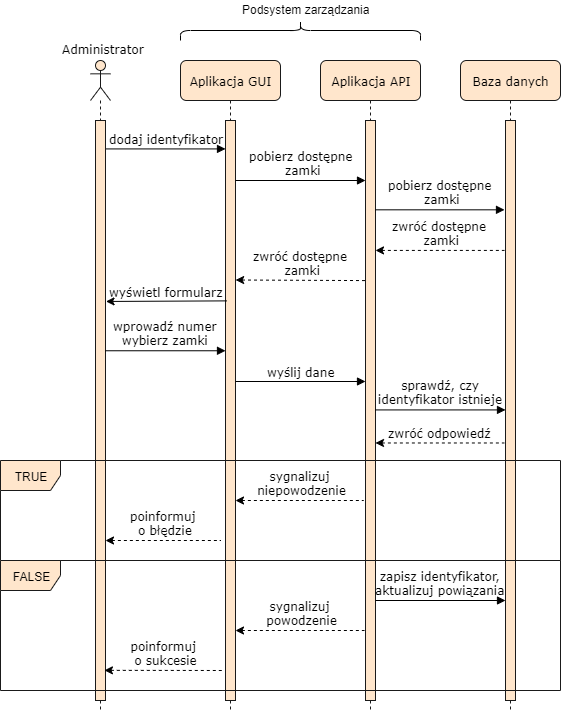
The draw.io diagram docs/chapters/images/sequence5.png in adapiekarska/centralized-lock-system, before a commit. Source tidied: cells renumbered, new cells last; positions are measured from the earlier drawing's top-left corner, leaving out a move shared by most shapes.
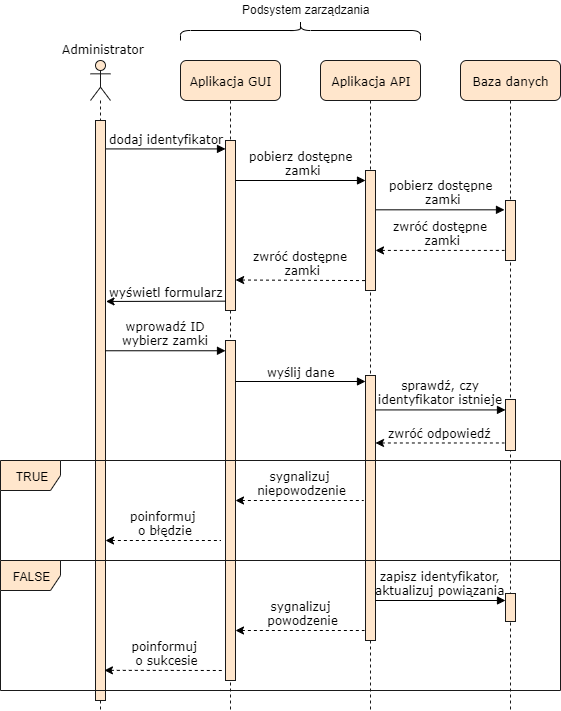
After the commit.

Commit message:
Modyfing sequence diagrams, writing chapter 4

Change to the diagram source:
```diff
@@ -5,23 +5,31 @@
     <mxCell id="2" value="Aplikacja API" style="shape=umlLifeline;perimeter=lifelinePerimeter;whiteSpace=wrap;html=1;rounded=1;shadow=0;comic=0;labelBackgroundColor=none;strokeColor=#1A1A1A;strokeWidth=1;fillColor=#ffe6cc;fontFamily=Verdana;fontSize=12;align=center;" parent="1" vertex="1">
       <mxGeometry x="320" y="60" width="100" height="650" as="geometry" />
     </mxCell>
-    <mxCell id="3" style="html=1;points=[];perimeter=orthogonalPerimeter;fillColor=#ffe6cc;strokeColor=#1A1A1A;" parent="2" vertex="1">
-      <mxGeometry x="45" y="60" width="10" height="580" as="geometry" />
-    </mxCell>
+    <mxCell id="30" style="html=1;perimeter=orthogonalPerimeter;fillColor=#ffe6cc;strokeColor=#1A1A1A;" parent="2" vertex="1">
+      <mxGeometry x="45" y="315" width="10" height="265" as="geometry" />
+    </mxCell>
     <mxCell id="4" value="Baza danych" style="shape=umlLifeline;perimeter=lifelinePerimeter;whiteSpace=wrap;html=1;rounded=1;shadow=0;comic=0;labelBackgroundColor=none;strokeColor=#1A1A1A;strokeWidth=1;fillColor=#ffe6cc;fontFamily=Verdana;fontSize=12;align=center;" parent="1" vertex="1">
       <mxGeometry x="460" y="60" width="100" height="650" as="geometry" />
     </mxCell>
-    <mxCell id="5" style="html=1;points=[];perimeter=orthogonalPerimeter;rounded=0;shadow=0;comic=0;labelBackgroundColor=none;strokeColor=#1A1A1A;strokeWidth=1;fillColor=#ffe6cc;fontFamily=Verdana;fontSize=12;align=center;" parent="4" vertex="1">
-      <mxGeometry x="45" y="60" width="10" height="580" as="geometry" />
-    </mxCell>
+    <mxCell id="31" style="html=1;perimeter=orthogonalPerimeter;fillColor=#ffe6cc;strokeColor=#1A1A1A;" parent="4" vertex="1">
+      <mxGeometry x="45" y="140" width="10" height="60" as="geometry" />
+    </mxCell>
+    <mxCell id="32" style="html=1;perimeter=orthogonalPerimeter;fillColor=#ffe6cc;strokeColor=#1A1A1A;" parent="4" vertex="1">
+      <mxGeometry x="45" y="339" width="10" height="51" as="geometry" />
+    </mxCell>
     <mxCell id="6" value="Aplikacja GUI" style="shape=umlLifeline;perimeter=lifelinePerimeter;whiteSpace=wrap;html=1;rounded=1;shadow=0;comic=0;labelBackgroundColor=none;strokeColor=#1A1A1A;strokeWidth=1;fillColor=#ffe6cc;fontFamily=Verdana;fontSize=12;align=center;" parent="1" vertex="1">
       <mxGeometry x="180" y="60" width="100" height="650" as="geometry" />
     </mxCell>
-    <mxCell id="7" style="html=1;points=[];perimeter=orthogonalPerimeter;rounded=0;shadow=0;comic=0;labelBackgroundColor=none;strokeColor=#1A1A1A;strokeWidth=1;fillColor=#ffe6cc;fontFamily=Verdana;fontSize=12;align=center;" parent="6" vertex="1">
-      <mxGeometry x="45" y="60" width="10" height="580" as="geometry" />
-    </mxCell>
+    <mxCell id="33" style="html=1;points=[];perimeter=orthogonalPerimeter;fillColor=#ffe6cc;strokeColor=#1A1A1A;" parent="6" vertex="1">
+      <mxGeometry x="45" y="80" width="10" height="170" as="geometry" />
+    </mxCell>
+    <mxCell id="34" style="html=1;perimeter=orthogonalPerimeter;fillColor=#ffe6cc;strokeColor=#1A1A1A;" parent="6" vertex="1">
+      <mxGeometry x="45" y="280" width="10" height="340" as="geometry" />
+    </mxCell>
-    <mxCell id="8" value="dodaj identyfikator" style="html=1;verticalAlign=bottom;endArrow=block;labelBackgroundColor=none;fontFamily=Verdana;fontSize=12;elbow=vertical;exitX=1.053;exitY=0.049;exitDx=0;exitDy=0;exitPerimeter=0;" parent="1" edge="1" source="10" target="7">
-      <mxGeometry relative="1" as="geometry" />
+    <mxCell id="8" value="dodaj identyfikator" style="html=1;verticalAlign=bottom;endArrow=block;labelBackgroundColor=none;fontFamily=Verdana;fontSize=12;elbow=vertical;exitX=1.053;exitY=0.049;exitDx=0;exitDy=0;exitPerimeter=0;" parent="1" edge="1" source="10">
+      <mxGeometry relative="1" as="geometry">
+        <mxPoint x="225" y="148.4" as="targetPoint" />
+      </mxGeometry>
     </mxCell>
     <mxCell id="9" style="shape=umlLifeline;participant=umlActor;perimeter=lifelinePerimeter;whiteSpace=wrap;html=1;verticalAlign=top;spacingTop=36;labelBackgroundColor=#ffffff;fillColor=#ffe6cc;strokeColor=#1A1A1A;" parent="1" vertex="1">
       <mxGeometry x="90" y="60" width="20" height="650" as="geometry" />
@@ -38,26 +46,38 @@
     <mxCell id="13" value="Podsystem zarządzania" style="text;html=1;align=left;verticalAlign=top;spacingTop=-4;" parent="1" vertex="1">
       <mxGeometry x="240" width="140" height="20" as="geometry" />
     </mxCell>
-    <mxCell id="14" value="wyświetl formularz" style="html=1;verticalAlign=bottom;endArrow=none;labelBackgroundColor=none;fontFamily=Verdana;fontSize=12;elbow=vertical;startArrow=classic;startFill=1;endFill=0;entryX=0.107;entryY=0.311;entryDx=0;entryDy=0;entryPerimeter=0;exitX=1.053;exitY=0.312;exitDx=0;exitDy=0;exitPerimeter=0;" parent="1" edge="1" source="10" target="7">
+    <mxCell id="14" value="wyświetl formularz" style="html=1;verticalAlign=bottom;endArrow=none;labelBackgroundColor=none;fontFamily=Verdana;fontSize=12;elbow=vertical;startArrow=classic;startFill=1;endFill=0;entryX=0;entryY=0.945;entryDx=0;entryDy=0;entryPerimeter=0;exitX=1.053;exitY=0.312;exitDx=0;exitDy=0;exitPerimeter=0;" parent="1" edge="1" source="10" target="33">
       <mxGeometry relative="1" as="geometry" />
     </mxCell>
-    <mxCell id="15" value="wprowadź numer&lt;br&gt;wybierz zamki" style="html=1;verticalAlign=bottom;endArrow=block;labelBackgroundColor=none;fontFamily=Verdana;fontSize=12;elbow=vertical;exitX=1;exitY=0.397;exitDx=0;exitDy=0;exitPerimeter=0;" parent="1" edge="1" source="10" target="7">
-      <mxGeometry relative="1" as="geometry" />
+    <mxCell id="15" value="wprowadź ID&lt;br&gt;wybierz zamki" style="html=1;verticalAlign=bottom;endArrow=block;labelBackgroundColor=none;fontFamily=Verdana;fontSize=12;elbow=vertical;exitX=1;exitY=0.397;exitDx=0;exitDy=0;exitPerimeter=0;" parent="1" edge="1" source="10">
+      <mxGeometry relative="1" as="geometry">
+        <mxPoint x="225" y="350.3" as="targetPoint" />
+      </mxGeometry>
     </mxCell>
-    <mxCell id="16" value="wyślij dane" style="html=1;verticalAlign=bottom;endArrow=block;labelBackgroundColor=none;fontFamily=Verdana;fontSize=12;elbow=vertical;exitX=1.013;exitY=0.45;exitDx=0;exitDy=0;exitPerimeter=0;" parent="1" edge="1" source="7" target="3">
-      <mxGeometry relative="1" as="geometry" />
+    <mxCell id="16" value="wyślij dane" style="html=1;verticalAlign=bottom;endArrow=block;labelBackgroundColor=none;fontFamily=Verdana;fontSize=12;elbow=vertical;exitX=1.013;exitY=0.45;exitDx=0;exitDy=0;exitPerimeter=0;" parent="1" edge="1">
+      <mxGeometry relative="1" as="geometry">
+        <mxPoint x="235.1" y="381" as="sourcePoint" />
+        <mxPoint x="365" y="381" as="targetPoint" />
+      </mxGeometry>
     </mxCell>
-    <mxCell id="17" value="sprawdź, czy&lt;br&gt;identyfikator&amp;nbsp;istnieje" style="html=1;verticalAlign=bottom;endArrow=block;labelBackgroundColor=none;fontFamily=Verdana;fontSize=12;elbow=vertical;entryX=0;entryY=0.499;entryDx=0;entryDy=0;entryPerimeter=0;" parent="1" edge="1" source="3" target="5">
-      <mxGeometry relative="1" as="geometry" />
+    <mxCell id="17" value="sprawdź, czy&lt;br&gt;identyfikator&amp;nbsp;istnieje" style="html=1;verticalAlign=bottom;endArrow=block;labelBackgroundColor=none;fontFamily=Verdana;fontSize=12;elbow=vertical;entryX=0;entryY=0.499;entryDx=0;entryDy=0;entryPerimeter=0;" parent="1" edge="1">
+      <mxGeometry relative="1" as="geometry">
+        <mxPoint x="375" y="409.4" as="sourcePoint" />
+        <mxPoint x="505" y="409.4" as="targetPoint" />
+      </mxGeometry>
     </mxCell>
-    <mxCell id="18" value="zwróć odpowiedź" style="html=1;verticalAlign=bottom;endArrow=none;labelBackgroundColor=none;fontFamily=Verdana;fontSize=12;elbow=vertical;startArrow=classic;startFill=1;endFill=0;dashed=1;entryX=-0.107;entryY=0.556;entryDx=0;entryDy=0;entryPerimeter=0;" parent="1" edge="1" source="3" target="5">
-      <mxGeometry relative="1" as="geometry" />
+    <mxCell id="18" value="zwróć odpowiedź" style="html=1;verticalAlign=bottom;endArrow=none;labelBackgroundColor=none;fontFamily=Verdana;fontSize=12;elbow=vertical;startArrow=classic;startFill=1;endFill=0;dashed=1;entryX=-0.107;entryY=0.556;entryDx=0;entryDy=0;entryPerimeter=0;" parent="1" edge="1">
+      <mxGeometry relative="1" as="geometry">
+        <mxPoint x="375" y="442.5" as="sourcePoint" />
+        <mxPoint x="503.9" y="442.5" as="targetPoint" />
+      </mxGeometry>
     </mxCell>
     <mxCell id="19" value="TRUE" style="shape=umlFrame;whiteSpace=wrap;html=1;fillColor=#ffe6cc;strokeColor=#1A1A1A;" parent="1" vertex="1">
       <mxGeometry y="460" width="560" height="100" as="geometry" />
     </mxCell>
-    <mxCell id="20" value="sygnalizuj&lt;br&gt;&amp;nbsp;niepowodzenie" style="html=1;verticalAlign=bottom;endArrow=none;labelBackgroundColor=none;fontFamily=Verdana;fontSize=12;elbow=vertical;startArrow=classic;startFill=1;endFill=0;dashed=1;" parent="1" edge="1" source="7">
+    <mxCell id="20" value="sygnalizuj&lt;br&gt;&amp;nbsp;niepowodzenie" style="html=1;verticalAlign=bottom;endArrow=none;labelBackgroundColor=none;fontFamily=Verdana;fontSize=12;elbow=vertical;startArrow=classic;startFill=1;endFill=0;dashed=1;" parent="1" edge="1">
       <mxGeometry relative="1" as="geometry">
+        <mxPoint x="235" y="500" as="sourcePoint" />
         <mxPoint x="363" y="500" as="targetPoint" />
       </mxGeometry>
     </mxCell>
@@ -69,8 +89,9 @@
     <mxCell id="22" value="FALSE" style="shape=umlFrame;whiteSpace=wrap;html=1;fillColor=#ffe6cc;strokeColor=#1A1A1A;" parent="1" vertex="1">
       <mxGeometry y="560" width="560" height="130" as="geometry" />
     </mxCell>
-    <mxCell id="23" value="sygnalizuj&lt;br&gt;&amp;nbsp;powodzenie" style="html=1;verticalAlign=bottom;endArrow=none;labelBackgroundColor=none;fontFamily=Verdana;fontSize=12;elbow=vertical;startArrow=classic;startFill=1;endFill=0;dashed=1;" parent="1" edge="1" source="7">
+    <mxCell id="23" value="sygnalizuj&lt;br&gt;&amp;nbsp;powodzenie" style="html=1;verticalAlign=bottom;endArrow=none;labelBackgroundColor=none;fontFamily=Verdana;fontSize=12;elbow=vertical;startArrow=classic;startFill=1;endFill=0;dashed=1;" parent="1" edge="1">
       <mxGeometry relative="1" as="geometry">
+        <mxPoint x="235" y="630" as="sourcePoint" />
         <mxPoint x="364" y="630" as="targetPoint" />
       </mxGeometry>
     </mxCell>
@@ -79,24 +100,41 @@
         <mxPoint x="223" y="670" as="targetPoint" />
       </mxGeometry>
     </mxCell>
-    <mxCell id="25" value="zapisz identyfikator,&lt;br&gt;aktualizuj powiązania" style="html=1;verticalAlign=bottom;endArrow=block;labelBackgroundColor=none;fontFamily=Verdana;fontSize=12;elbow=vertical;" parent="1" edge="1" target="5">
+    <mxCell id="25" value="zapisz identyfikator,&lt;br&gt;aktualizuj powiązania" style="html=1;verticalAlign=bottom;endArrow=block;labelBackgroundColor=none;fontFamily=Verdana;fontSize=12;elbow=vertical;" parent="1" edge="1">
       <mxGeometry relative="1" as="geometry">
         <mxPoint x="375" y="600" as="sourcePoint" />
+        <mxPoint x="505" y="600" as="targetPoint" />
       </mxGeometry>
     </mxCell>
-    <mxCell id="26" value="pobierz dostępne&lt;br&gt;&amp;nbsp;zamki" style="html=1;verticalAlign=bottom;endArrow=block;labelBackgroundColor=none;fontFamily=Verdana;fontSize=12;elbow=vertical;" parent="1" edge="1" target="3">
+    <mxCell id="26" value="pobierz dostępne&lt;br&gt;&amp;nbsp;zamki" style="html=1;verticalAlign=bottom;endArrow=block;labelBackgroundColor=none;fontFamily=Verdana;fontSize=12;elbow=vertical;" parent="1" edge="1">
       <mxGeometry relative="1" as="geometry">
         <mxPoint x="235" y="180" as="sourcePoint" />
+        <mxPoint x="365" y="180" as="targetPoint" />
       </mxGeometry>
     </mxCell>
-    <mxCell id="27" value="pobierz dostępne&lt;br&gt;&amp;nbsp;zamki" style="html=1;verticalAlign=bottom;endArrow=block;labelBackgroundColor=none;fontFamily=Verdana;fontSize=12;elbow=vertical;entryX=-0.1;entryY=0.154;entryDx=0;entryDy=0;entryPerimeter=0;" parent="1" edge="1" source="3" target="5">
-      <mxGeometry relative="1" as="geometry" />
+    <mxCell id="27" value="pobierz dostępne&lt;br&gt;&amp;nbsp;zamki" style="html=1;verticalAlign=bottom;endArrow=block;labelBackgroundColor=none;fontFamily=Verdana;fontSize=12;elbow=vertical;entryX=-0.1;entryY=0.154;entryDx=0;entryDy=0;entryPerimeter=0;" parent="1" edge="1">
+      <mxGeometry relative="1" as="geometry">
+        <mxPoint x="375" y="209.3" as="sourcePoint" />
+        <mxPoint x="504" y="209.3" as="targetPoint" />
+      </mxGeometry>
     </mxCell>
-    <mxCell id="28" value="zwróć dostępne&lt;br&gt;&amp;nbsp;zamki" style="html=1;verticalAlign=bottom;endArrow=none;labelBackgroundColor=none;fontFamily=Verdana;fontSize=12;elbow=vertical;dashed=1;startArrow=classic;startFill=1;endFill=0;entryX=-0.1;entryY=0.224;entryDx=0;entryDy=0;entryPerimeter=0;" parent="1" edge="1" source="3" target="5">
-      <mxGeometry relative="1" as="geometry" />
+    <mxCell id="28" value="zwróć dostępne&lt;br&gt;&amp;nbsp;zamki" style="html=1;verticalAlign=bottom;endArrow=none;labelBackgroundColor=none;fontFamily=Verdana;fontSize=12;elbow=vertical;dashed=1;startArrow=classic;startFill=1;endFill=0;entryX=-0.1;entryY=0.224;entryDx=0;entryDy=0;entryPerimeter=0;" parent="1" edge="1">
+      <mxGeometry relative="1" as="geometry">
+        <mxPoint x="375" y="249.9" as="sourcePoint" />
+        <mxPoint x="504" y="249.9" as="targetPoint" />
+      </mxGeometry>
     </mxCell>
-    <mxCell id="29" value="zwróć dostępne&lt;br&gt;&amp;nbsp;zamki" style="html=1;verticalAlign=bottom;endArrow=none;labelBackgroundColor=none;fontFamily=Verdana;fontSize=12;elbow=vertical;dashed=1;startArrow=classic;startFill=1;endFill=0;exitX=1.013;exitY=0.275;exitDx=0;exitDy=0;exitPerimeter=0;entryX=0.027;entryY=0.276;entryDx=0;entryDy=0;entryPerimeter=0;" parent="1" edge="1" source="7" target="3">
-      <mxGeometry relative="1" as="geometry" />
+    <mxCell id="29" value="zwróć dostępne&lt;br&gt;&amp;nbsp;zamki" style="html=1;verticalAlign=bottom;endArrow=none;labelBackgroundColor=none;fontFamily=Verdana;fontSize=12;elbow=vertical;dashed=1;startArrow=classic;startFill=1;endFill=0;exitX=1.013;exitY=0.275;exitDx=0;exitDy=0;exitPerimeter=0;entryX=0.027;entryY=0.276;entryDx=0;entryDy=0;entryPerimeter=0;" parent="1" edge="1">
+      <mxGeometry relative="1" as="geometry">
+        <mxPoint x="235.1" y="279.5" as="sourcePoint" />
+        <mxPoint x="365.3" y="280.1" as="targetPoint" />
+      </mxGeometry>
     </mxCell>
+    <mxCell id="35" style="html=1;perimeter=orthogonalPerimeter;fillColor=#ffe6cc;strokeColor=#1A1A1A;" parent="1" vertex="1">
+      <mxGeometry x="505" y="593" width="10" height="28" as="geometry" />
+    </mxCell>
+    <mxCell id="36" style="html=1;perimeter=orthogonalPerimeter;fillColor=#ffe6cc;strokeColor=#1A1A1A;" parent="1" vertex="1">
+      <mxGeometry x="365" y="170" width="10" height="120" as="geometry" />
+    </mxCell>
   </root>
 </mxGraphModel>
```
